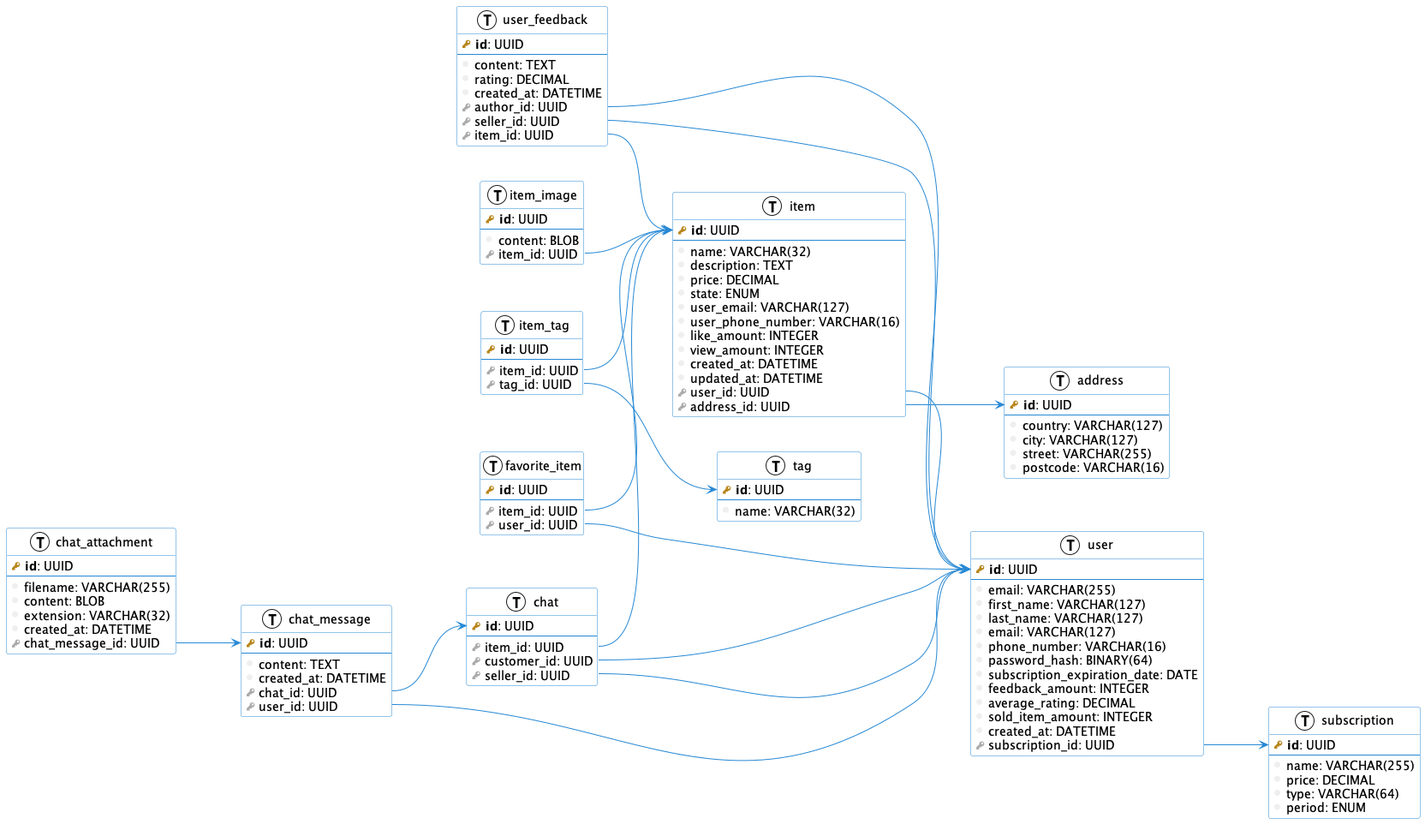
The PlantUML diagram images/db.png in danilshvalov/databases-lab, before a commit.
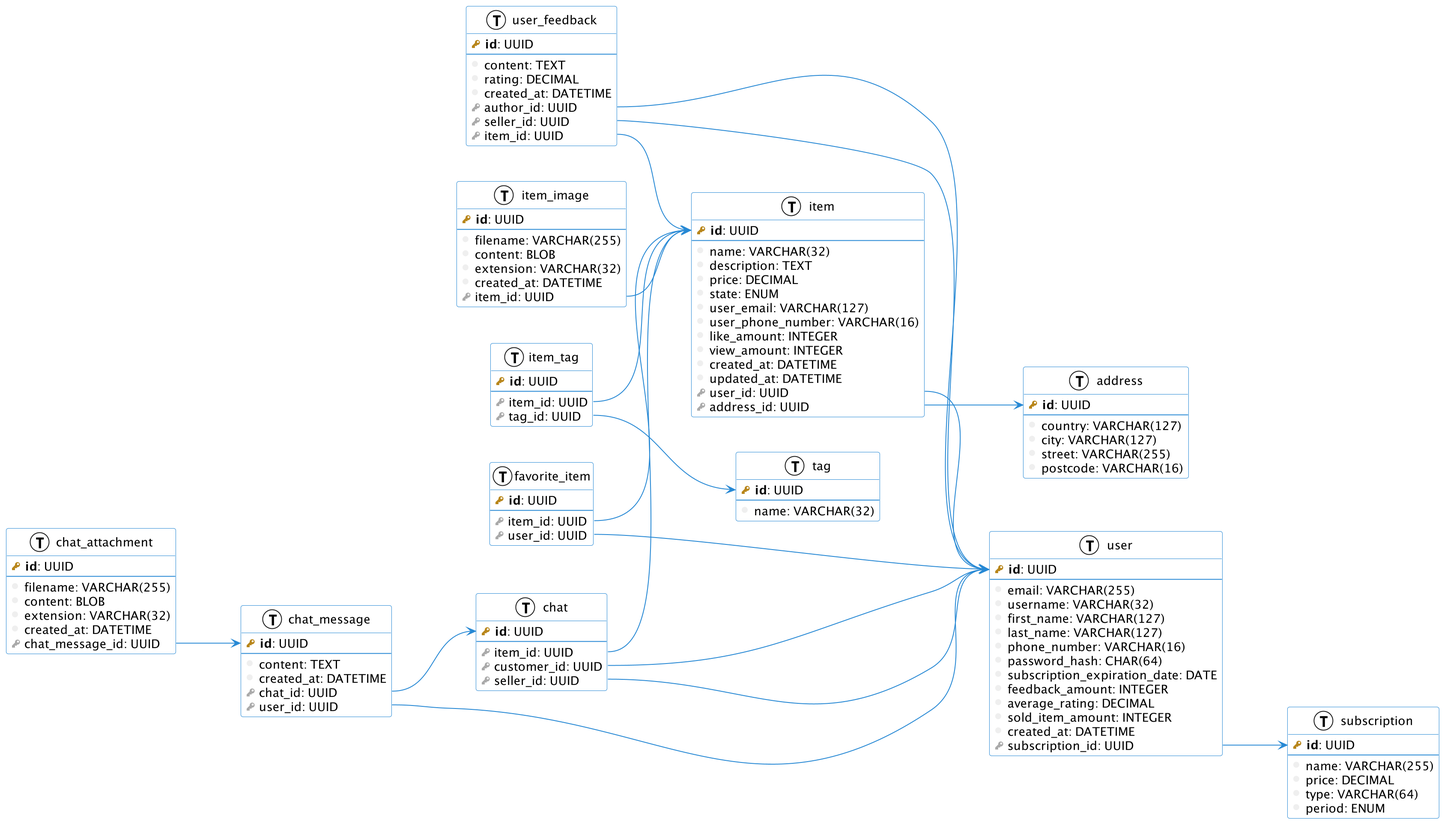
The same diagram one commit later.

What changed in the source:
```diff
@@ -2,6 +2,7 @@
 left to right direction
 skinparam roundcorner 5
 skinparam shadowing false
+scale 2
 
 skinparam class {
     BackgroundColor white
@@ -36,11 +37,11 @@
     primary_key(id): UUID
     --
     column(email): VARCHAR(255)
+    column(username): VARCHAR(32)
     column(first_name): VARCHAR(127)
     column(last_name): VARCHAR(127)
-    column(email): VARCHAR(127)
     column(phone_number): VARCHAR(16)
-    column(password_hash): BINARY(64)
+    column(password_hash): CHAR(64)
     column(subscription_expiration_date): DATE
     column(feedback_amount): INTEGER
     column(average_rating): DECIMAL
@@ -106,7 +107,10 @@
 table(item_image) {
     primary_key(id): UUID
     --
+    column(filename): VARCHAR(255)
     column(content): BLOB
+    column(extension): VARCHAR(32)
+    column(created_at): DATETIME
     foreign_key(item_id): UUID
 }
 
```
